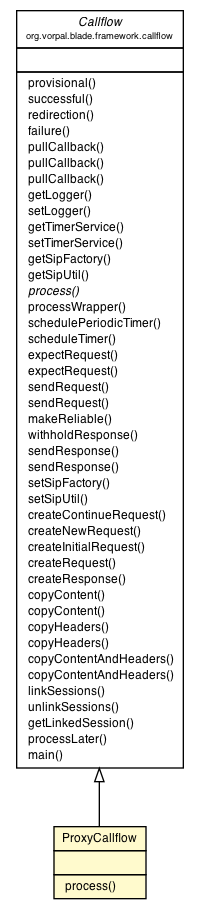
This is blade/vorpal-blade-load-balancer/org/vorpal/blade/services/loadbalancer/ProxyCallflow.png from vorpalnet/vorpalnet.github.io, a Graphviz export, as it was before one commit. Its source is kept beside it as blade/vorpal-blade-load-balancer/org/vorpal/blade/services/loadbalancer/ProxyCallflow.dot. Source of this version:
```dot

digraph G {
	edge [fontname="Helvetica",fontsize=10,labelfontname="Helvetica",labelfontsize=10];
	node [fontname="Helvetica",fontsize=10,shape=plaintext];
	nodesep=0.25;
	ranksep=0.5;
	c51 [label=<<table title="org.vorpal.blade.services.loadbalancer.ProxyCallflow" border="0" cellborder="1" cellspacing="0" cellpadding="2" port="p" bgcolor="lemonChiffon" href="./ProxyCallflow.html">
		<tr><td><table border="0" cellspacing="0" cellpadding="1">
<tr><td align="center" balign="center"> ProxyCallflow </td></tr>
		</table></td></tr>
		<tr><td><table border="0" cellspacing="0" cellpadding="1">
<tr><td align="left" balign="left">  </td></tr>
		</table></td></tr>
		<tr><td><table border="0" cellspacing="0" cellpadding="1">
<tr><td align="left" balign="left">  process() </td></tr>
		</table></td></tr>
		</table>>, fontname="Helvetica", fontcolor="black", fontsize=9.0];
	c102:p -> c51:p [dir=back,arrowtail=empty];
	c102 [label=<<table title="org.vorpal.blade.framework.callflow.Callflow" border="0" cellborder="1" cellspacing="0" cellpadding="2" port="p" href="http://java.sun.com/j2se/1.4.2/docs/api/org/vorpal/blade/framework/callflow/Callflow.html">
		<tr><td><table border="0" cellspacing="0" cellpadding="1">
<tr><td align="center" balign="center"><font face="Helvetica-Oblique"> Callflow </font></td></tr>
<tr><td align="center" balign="center"><font point-size="7.0"> org.vorpal.blade.framework.callflow </font></td></tr>
		</table></td></tr>
		<tr><td><table border="0" cellspacing="0" cellpadding="1">
<tr><td align="left" balign="left">  </td></tr>
		</table></td></tr>
		<tr><td><table border="0" cellspacing="0" cellpadding="1">
<tr><td align="left" balign="left">  provisional() </td></tr>
<tr><td align="left" balign="left">  successful() </td></tr>
<tr><td align="left" balign="left">  redirection() </td></tr>
<tr><td align="left" balign="left">  failure() </td></tr>
<tr><td align="left" balign="left">  pullCallback() </td></tr>
<tr><td align="left" balign="left">  pullCallback() </td></tr>
<tr><td align="left" balign="left">  pullCallback() </td></tr>
<tr><td align="left" balign="left">  getLogger() </td></tr>
<tr><td align="left" balign="left">  setLogger() </td></tr>
<tr><td align="left" balign="left">  getTimerService() </td></tr>
<tr><td align="left" balign="left">  setTimerService() </td></tr>
<tr><td align="left" balign="left">  getSipFactory() </td></tr>
<tr><td align="left" balign="left">  getSipUtil() </td></tr>
<tr><td align="left" balign="left"><font face="Helvetica-Oblique" point-size="9.0">  process() </font></td></tr>
<tr><td align="left" balign="left">  processWrapper() </td></tr>
<tr><td align="left" balign="left">  schedulePeriodicTimer() </td></tr>
<tr><td align="left" balign="left">  scheduleTimer() </td></tr>
<tr><td align="left" balign="left">  expectRequest() </td></tr>
<tr><td align="left" balign="left">  expectRequest() </td></tr>
<tr><td align="left" balign="left">  sendRequest() </td></tr>
<tr><td align="left" balign="left">  sendRequest() </td></tr>
<tr><td align="left" balign="left">  makeReliable() </td></tr>
<tr><td align="left" balign="left">  withholdResponse() </td></tr>
<tr><td align="left" balign="left">  sendResponse() </td></tr>
<tr><td align="left" balign="left">  sendResponse() </td></tr>
<tr><td align="left" balign="left">  setSipFactory() </td></tr>
<tr><td align="left" balign="left">  setSipUtil() </td></tr>
<tr><td align="left" balign="left">  createContinueRequest() </td></tr>
<tr><td align="left" balign="left">  createNewRequest() </td></tr>
<tr><td align="left" balign="left">  createInitialRequest() </td></tr>
<tr><td align="left" balign="left">  createRequest() </td></tr>
<tr><td align="left" balign="left">  createResponse() </td></tr>
<tr><td align="left" balign="left">  copyContent() </td></tr>
<tr><td align="left" balign="left">  copyContent() </td></tr>
<tr><td align="left" balign="left">  copyHeaders() </td></tr>
<tr><td align="left" balign="left">  copyHeaders() </td></tr>
<tr><td align="left" balign="left">  copyContentAndHeaders() </td></tr>
<tr><td align="left" balign="left">  copyContentAndHeaders() </td></tr>
<tr><td align="left" balign="left">  linkSessions() </td></tr>
<tr><td align="left" balign="left">  unlinkSessions() </td></tr>
<tr><td align="left" balign="left">  getLinkedSession() </td></tr>
<tr><td align="left" balign="left">  processLater() </td></tr>
<tr><td align="left" balign="left">  main() </td></tr>
		</table></td></tr>
		</table>>, fontname="Helvetica", fontcolor="black", fontsize=9.0];
}
```
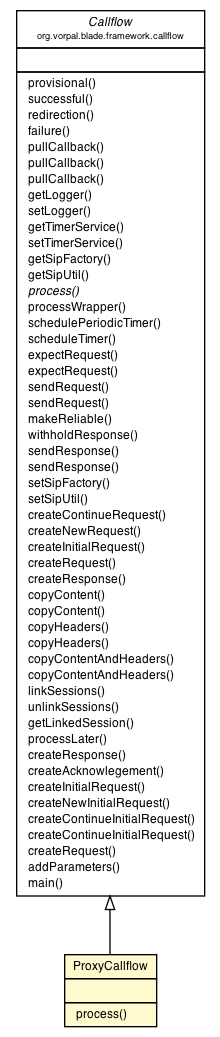
Above is the later version.

Change to the diagram source:
```diff
@@ -15,8 +15,8 @@
 <tr><td align="left" balign="left">  process() </td></tr>
 		</table></td></tr>
 		</table>>, fontname="Helvetica", fontcolor="black", fontsize=9.0];
-	c102:p -> c51:p [dir=back,arrowtail=empty];
-	c102 [label=<<table title="org.vorpal.blade.framework.callflow.Callflow" border="0" cellborder="1" cellspacing="0" cellpadding="2" port="p" href="http://java.sun.com/j2se/1.4.2/docs/api/org/vorpal/blade/framework/callflow/Callflow.html">
+	c103:p -> c51:p [dir=back,arrowtail=empty];
+	c103 [label=<<table title="org.vorpal.blade.framework.callflow.Callflow" border="0" cellborder="1" cellspacing="0" cellpadding="2" port="p" href="http://java.sun.com/j2se/1.4.2/docs/api/org/vorpal/blade/framework/callflow/Callflow.html">
 		<tr><td><table border="0" cellspacing="0" cellpadding="1">
 <tr><td align="center" balign="center"><font face="Helvetica-Oblique"> Callflow </font></td></tr>
 <tr><td align="center" balign="center"><font point-size="7.0"> org.vorpal.blade.framework.callflow </font></td></tr>
@@ -67,6 +67,14 @@
 <tr><td align="left" balign="left">  unlinkSessions() </td></tr>
 <tr><td align="left" balign="left">  getLinkedSession() </td></tr>
 <tr><td align="left" balign="left">  processLater() </td></tr>
+<tr><td align="left" balign="left">  createResponse() </td></tr>
+<tr><td align="left" balign="left">  createAcknowlegement() </td></tr>
+<tr><td align="left" balign="left">  createInitialRequest() </td></tr>
+<tr><td align="left" balign="left">  createNewInitialRequest() </td></tr>
+<tr><td align="left" balign="left">  createContinueInitialRequest() </td></tr>
+<tr><td align="left" balign="left">  createContinueInitialRequest() </td></tr>
+<tr><td align="left" balign="left">  createRequest() </td></tr>
+<tr><td align="left" balign="left">  addParameters() </td></tr>
 <tr><td align="left" balign="left">  main() </td></tr>
 		</table></td></tr>
 		</table>>, fontname="Helvetica", fontcolor="black", fontsize=9.0];
```
